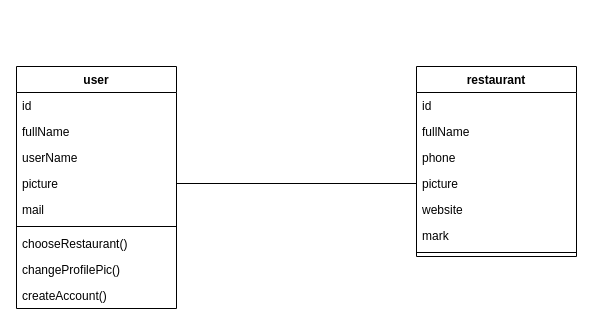
Earlier version of the draw.io diagram diagram.drawio (YohannBe/GO4LUNCH). Source tidied: cells renumbered, new cells numbered last; positions are measured from the earlier drawing's top-left corner, leaving out a move shared by most shapes. Both pictures are drawn from the tidied source at 100%, with x=0, y=0 at pixel (16, 66).
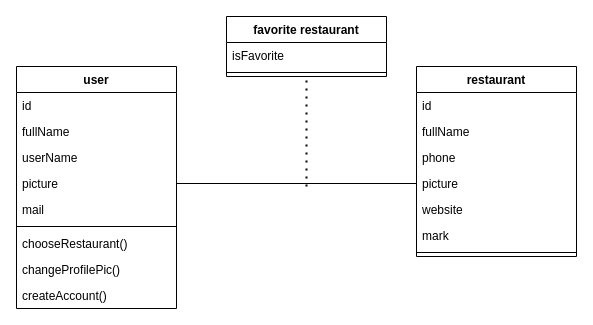
The same diagram, later.

The edit, as a diff of the source:
```diff
@@
+    <mxCell id="21" value="favorite restaurant" style="swimlane;fontStyle=1;align=center;verticalAlign=top;horizontal=1;startSize=26;" parent="1" vertex="1">
+      <mxGeometry x="210" y="-50" width="160" height="60" as="geometry" />
+    </mxCell>
+    <mxCell id="22" value="isFavorite" style="text;strokeColor=none;fillColor=none;align=left;verticalAlign=top;spacingLeft=4;spacingRight=4;overflow=hidden;" parent="21" vertex="1">
+      <mxGeometry y="26" width="160" height="26" as="geometry" />
+    </mxCell>
+    <mxCell id="23" style="line;strokeWidth=1;fillColor=none;align=left;verticalAlign=middle;spacingTop=-1;spacingLeft=3;spacingRight=3;labelPosition=right;" parent="21" vertex="1">
+      <mxGeometry y="52" width="160" height="8" as="geometry" />
+    </mxCell>
+    <mxCell id="24" style="endArrow=none;dashed=1;html=1;dashPattern=1 3;strokeWidth=2;entryX=0.5;entryY=1;entryDx=0;entryDy=0;" parent="1" edge="1" target="21">
+      <mxGeometry relative="1" as="geometry">
+        <mxPoint x="290" y="120" as="sourcePoint" />
+      </mxGeometry>
+    </mxCell>
```
